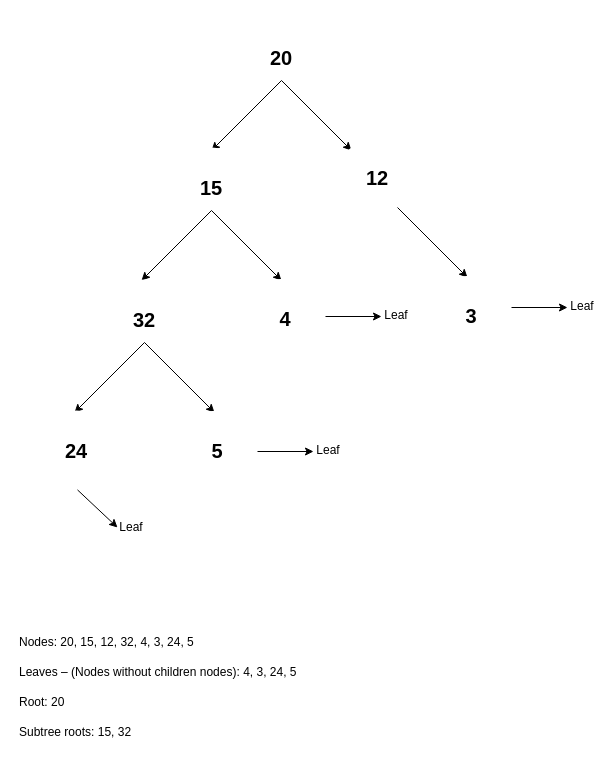
KamcyAhaka/cse212-coursework keeps this draw.io diagram as Untitled Diagram.drawio. Above is the earlier version. Source tidied: cells renumbered, new cells numbered last; positions are measured from the earlier drawing's top-left corner, leaving out a move shared by most shapes. Both pictures are drawn from the tidied source at 100%, with x=0, y=0 at pixel (17, 17).
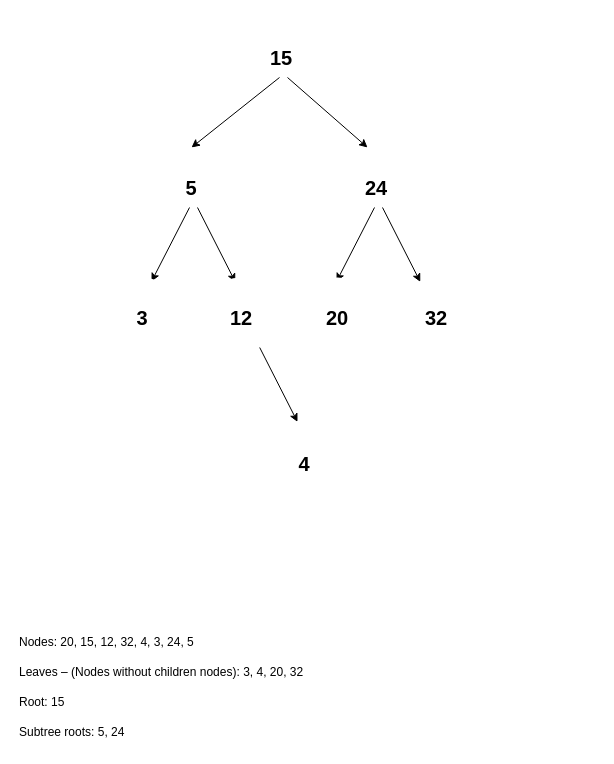
After the change.

Commit message:
Update BST diagram

What changed in the source:
```diff
@@
-    <mxCell id="2" value="&lt;font style=&quot;color: light-dark(rgb(0, 0, 0), rgb(0, 0, 0)); font-size: 20px;&quot;&gt;&lt;b&gt;20&lt;/b&gt;&lt;/font&gt;" style="ellipse;whiteSpace=wrap;html=1;strokeColor=none;fillColor=light-dark(#FFFFFF,#FFFFFF);" parent="1" vertex="1">
+    <mxCell id="2" value="&lt;font style=&quot;color: light-dark(rgb(0, 0, 0), rgb(0, 0, 0)); font-size: 20px;&quot;&gt;&lt;b&gt;15&lt;/b&gt;&lt;/font&gt;" style="ellipse;whiteSpace=wrap;html=1;strokeColor=none;fillColor=light-dark(#FFFFFF,#FFFFFF);" parent="1" vertex="1">
       <mxGeometry x="224" width="80" height="80" as="geometry" />
     </mxCell>
     <mxCell id="3" style="endArrow=classic;html=1;rounded=0;" parent="1" edge="1">
       <mxGeometry relative="1" as="geometry">
-        <mxPoint x="264" y="63" as="sourcePoint" />
-        <mxPoint x="334" y="133" as="targetPoint" />
+        <mxPoint x="270" y="60" as="sourcePoint" />
+        <mxPoint x="350" y="130" as="targetPoint" />
       </mxGeometry>
     </mxCell>
-    <mxCell id="4" style="endArrow=classic;html=1;rounded=0;" parent="1" edge="1">
-      <mxGeometry relative="1" as="geometry">
-        <mxPoint x="264" y="63" as="sourcePoint" />
-        <mxPoint x="194" y="133" as="targetPoint" />
-      </mxGeometry>
-    </mxCell>
-    <mxCell id="5" value="&lt;font style=&quot;color: light-dark(rgb(0, 0, 0), rgb(0, 0, 0)); font-size: 20px;&quot;&gt;&lt;b&gt;12&lt;/b&gt;&lt;/font&gt;" style="ellipse;whiteSpace=wrap;html=1;strokeColor=none;fillColor=light-dark(#FFFFFF,#FFFFFF);" parent="1" vertex="1">
-      <mxGeometry x="320" y="120" width="80" height="80" as="geometry" />
-    </mxCell>
-    <mxCell id="6" value="&lt;font style=&quot;color: light-dark(rgb(0, 0, 0), rgb(0, 0, 0)); font-size: 20px;&quot;&gt;&lt;b&gt;15&lt;/b&gt;&lt;/font&gt;" style="ellipse;whiteSpace=wrap;html=1;strokeColor=none;fillColor=light-dark(#FFFFFF,#FFFFFF);" parent="1" vertex="1">
-      <mxGeometry x="154" y="130" width="80" height="80" as="geometry" />
-    </mxCell>
-    <mxCell id="7" style="endArrow=classic;html=1;rounded=0;" parent="1" edge="1">
-      <mxGeometry relative="1" as="geometry">
-        <mxPoint x="194" y="193" as="sourcePoint" />
-        <mxPoint x="264" y="263" as="targetPoint" />
-      </mxGeometry>
-    </mxCell>
-    <mxCell id="8" style="endArrow=classic;html=1;rounded=0;" parent="1" edge="1">
-      <mxGeometry relative="1" as="geometry">
-        <mxPoint x="194" y="193" as="sourcePoint" />
-        <mxPoint x="124" y="263" as="targetPoint" />
-      </mxGeometry>
-    </mxCell>
-    <mxCell id="9" value="&lt;font style=&quot;font-size: 20px; color: light-dark(rgb(0, 0, 0), rgb(0, 0, 0));&quot;&gt;&lt;b&gt;32&lt;/b&gt;&lt;/font&gt;" style="ellipse;whiteSpace=wrap;html=1;strokeColor=none;fillColor=light-dark(#FFFFFF,#FFFFFF);" parent="1" vertex="1">
-      <mxGeometry x="87" y="262" width="80" height="80" as="geometry" />
-    </mxCell>
-    <mxCell id="10" style="endArrow=classic;html=1;rounded=0;" parent="1" edge="1">
-      <mxGeometry relative="1" as="geometry">
-        <mxPoint x="127" y="325" as="sourcePoint" />
-        <mxPoint x="197" y="395" as="targetPoint" />
-      </mxGeometry>
-    </mxCell>
-    <mxCell id="11" style="endArrow=classic;html=1;rounded=0;" parent="1" edge="1">
-      <mxGeometry relative="1" as="geometry">
-        <mxPoint x="127" y="325" as="sourcePoint" />
-        <mxPoint x="57" y="395" as="targetPoint" />
-      </mxGeometry>
-    </mxCell>
-    <mxCell id="12" value="&lt;font style=&quot;font-size: 20px; color: light-dark(rgb(0, 0, 0), rgb(0, 0, 0));&quot;&gt;&lt;b&gt;4&lt;/b&gt;&lt;/font&gt;" style="ellipse;whiteSpace=wrap;html=1;strokeColor=none;fillColor=light-dark(#FFFFFF,#FFFFFF);" parent="1" vertex="1">
-      <mxGeometry x="228" y="261" width="80" height="80" as="geometry" />
-    </mxCell>
-    <mxCell id="13" style="endArrow=classic;html=1;rounded=0;" parent="1" edge="1">
-      <mxGeometry relative="1" as="geometry">
-        <mxPoint x="380" y="190" as="sourcePoint" />
-        <mxPoint x="450" y="260" as="targetPoint" />
-      </mxGeometry>
-    </mxCell>
-    <mxCell id="14" value="&lt;font style=&quot;font-size: 20px; color: light-dark(rgb(0, 0, 0), rgb(0, 0, 0));&quot;&gt;&lt;b&gt;3&lt;/b&gt;&lt;/font&gt;" style="ellipse;whiteSpace=wrap;html=1;strokeColor=none;fillColor=light-dark(#FFFFFF,#FFFFFF);" parent="1" vertex="1">
-      <mxGeometry x="414" y="258" width="80" height="80" as="geometry" />
-    </mxCell>
-    <mxCell id="15" value="&lt;font style=&quot;font-size: 20px; color: light-dark(rgb(0, 0, 0), rgb(0, 0, 0));&quot;&gt;&lt;b&gt;24&lt;/b&gt;&lt;/font&gt;" style="ellipse;whiteSpace=wrap;html=1;strokeColor=none;fillColor=light-dark(#FFFFFF,#FFFFFF);" parent="1" vertex="1">
-      <mxGeometry x="19" y="393" width="80" height="80" as="geometry" />
-    </mxCell>
-    <mxCell id="16" value="&lt;font style=&quot;font-size: 20px; color: light-dark(rgb(0, 0, 0), rgb(0, 0, 0));&quot;&gt;&lt;b&gt;5&lt;/b&gt;&lt;/font&gt;" style="ellipse;whiteSpace=wrap;html=1;strokeColor=none;fillColor=light-dark(#FFFFFF,#FFFFFF);" parent="1" vertex="1">
-      <mxGeometry x="160" y="393" width="80" height="80" as="geometry" />
-    </mxCell>
-    <mxCell id="17" style="endArrow=classic;html=1;rounded=0;" parent="1" edge="1">
-      <mxGeometry relative="1" as="geometry">
-        <mxPoint x="494" y="290" as="sourcePoint" />
-        <mxPoint x="550" y="290" as="targetPoint" />
-      </mxGeometry>
-    </mxCell>
-    <mxCell id="18" value="Leaf" style="text;html=1;whiteSpace=wrap;strokeColor=none;fillColor=none;align=center;verticalAlign=middle;rounded=0;" parent="1" vertex="1">
-      <mxGeometry x="550" y="274" width="30" height="30" as="geometry" />
-    </mxCell>
-    <mxCell id="19" style="endArrow=classic;html=1;rounded=0;" parent="1" edge="1">
-      <mxGeometry relative="1" as="geometry">
-        <mxPoint x="308" y="299" as="sourcePoint" />
-        <mxPoint x="364" y="299" as="targetPoint" />
-      </mxGeometry>
-    </mxCell>
-    <mxCell id="20" value="Leaf" style="text;html=1;whiteSpace=wrap;strokeColor=none;fillColor=none;align=center;verticalAlign=middle;rounded=0;" parent="1" vertex="1">
-      <mxGeometry x="364" y="283" width="30" height="30" as="geometry" />
-    </mxCell>
-    <mxCell id="21" style="endArrow=classic;html=1;rounded=0;" parent="1" edge="1">
-      <mxGeometry relative="1" as="geometry">
-        <mxPoint x="240" y="434" as="sourcePoint" />
-        <mxPoint x="296" y="434" as="targetPoint" />
-      </mxGeometry>
-    </mxCell>
-    <mxCell id="22" value="Leaf" style="text;html=1;whiteSpace=wrap;strokeColor=none;fillColor=none;align=center;verticalAlign=middle;rounded=0;" parent="1" vertex="1">
-      <mxGeometry x="296" y="418" width="30" height="30" as="geometry" />
-    </mxCell>
-    <mxCell id="23" style="endArrow=classic;html=1;rounded=0;" parent="1" edge="1">
-      <mxGeometry relative="1" as="geometry">
-        <mxPoint x="60" y="472.4" as="sourcePoint" />
-        <mxPoint x="100" y="510" as="targetPoint" />
-      </mxGeometry>
-    </mxCell>
-    <mxCell id="24" value="Leaf" style="text;html=1;whiteSpace=wrap;strokeColor=none;fillColor=none;align=center;verticalAlign=middle;rounded=0;" parent="1" vertex="1">
-      <mxGeometry x="97" y="500" width="34" height="20" as="geometry" />
-    </mxCell>
@@
-    <mxCell id="26" value="Leaves – (Nodes without children nodes): 4, 3, 24, 5" style="text;html=1;whiteSpace=wrap;strokeColor=none;fillColor=none;align=left;verticalAlign=middle;rounded=0;" parent="1" vertex="1">
+    <mxCell id="26" value="Leaves – (Nodes without children nodes): 3, 4, 20, 32" style="text;html=1;whiteSpace=wrap;strokeColor=none;fillColor=none;align=left;verticalAlign=middle;rounded=0;" parent="1" vertex="1">
       <mxGeometry y="640" width="290" height="30" as="geometry" />
     </mxCell>
-    <mxCell id="27" value="Root: 20" style="text;html=1;whiteSpace=wrap;strokeColor=none;fillColor=none;align=left;verticalAlign=middle;rounded=0;" parent="1" vertex="1">
+    <mxCell id="27" value="Root: 15" style="text;html=1;whiteSpace=wrap;strokeColor=none;fillColor=none;align=left;verticalAlign=middle;rounded=0;" parent="1" vertex="1">
       <mxGeometry y="670" width="290" height="30" as="geometry" />
     </mxCell>
-    <mxCell id="28" value="Subtree roots: 15, 32" style="text;html=1;whiteSpace=wrap;strokeColor=none;fillColor=none;align=left;verticalAlign=middle;rounded=0;" parent="1" vertex="1">
+    <mxCell id="28" value="Subtree roots: 5, 24" style="text;html=1;whiteSpace=wrap;strokeColor=none;fillColor=none;align=left;verticalAlign=middle;rounded=0;" parent="1" vertex="1">
       <mxGeometry y="700" width="290" height="30" as="geometry" />
     </mxCell>
+    <mxCell id="29" style="endArrow=classic;html=1;rounded=0;entryX=0.5;entryY=0;entryDx=0;entryDy=0;" parent="1" edge="1" target="16">
+      <mxGeometry relative="1" as="geometry">
+        <mxPoint x="262" y="60" as="sourcePoint" />
+      </mxGeometry>
+    </mxCell>
+    <mxCell id="16" value="&lt;font style=&quot;color: light-dark(rgb(0, 0, 0), rgb(0, 0, 0)); font-size: 20px;&quot;&gt;&lt;b&gt;5&lt;/b&gt;&lt;/font&gt;" style="ellipse;whiteSpace=wrap;html=1;strokeColor=none;fillColor=light-dark(#FFFFFF,#FFFFFF);" parent="1" vertex="1">
+      <mxGeometry x="134" y="130" width="80" height="80" as="geometry" />
+    </mxCell>
+    <mxCell id="30" style="endArrow=classic;html=1;rounded=0;" parent="1" edge="1">
+      <mxGeometry relative="1" as="geometry">
+        <mxPoint x="180" y="190" as="sourcePoint" />
+        <mxPoint x="217.8" y="264.4" as="targetPoint" />
+      </mxGeometry>
+    </mxCell>
+    <mxCell id="31" style="endArrow=classic;html=1;rounded=0;" parent="1" edge="1">
+      <mxGeometry relative="1" as="geometry">
+        <mxPoint x="172" y="190" as="sourcePoint" />
+        <mxPoint x="134" y="264" as="targetPoint" />
+      </mxGeometry>
+    </mxCell>
+    <mxCell id="15" value="&lt;font style=&quot;color: light-dark(rgb(0, 0, 0), rgb(0, 0, 0)); font-size: 20px;&quot;&gt;&lt;b&gt;24&lt;/b&gt;&lt;/font&gt;" style="ellipse;whiteSpace=wrap;html=1;strokeColor=none;fillColor=light-dark(#FFFFFF,#FFFFFF);" parent="1" vertex="1">
+      <mxGeometry x="319" y="130" width="80" height="80" as="geometry" />
+    </mxCell>
+    <mxCell id="32" style="endArrow=classic;html=1;rounded=0;" parent="1" edge="1">
+      <mxGeometry relative="1" as="geometry">
+        <mxPoint x="365" y="190" as="sourcePoint" />
+        <mxPoint x="402.8" y="264.4" as="targetPoint" />
+      </mxGeometry>
+    </mxCell>
+    <mxCell id="33" style="endArrow=classic;html=1;rounded=0;" parent="1" edge="1">
+      <mxGeometry relative="1" as="geometry">
+        <mxPoint x="357" y="190" as="sourcePoint" />
+        <mxPoint x="319" y="264" as="targetPoint" />
+      </mxGeometry>
+    </mxCell>
+    <mxCell id="9" value="&lt;font style=&quot;color: light-dark(rgb(0, 0, 0), rgb(0, 0, 0)); font-size: 20px;&quot;&gt;&lt;b&gt;32&lt;/b&gt;&lt;/font&gt;" style="ellipse;whiteSpace=wrap;html=1;strokeColor=none;fillColor=light-dark(#FFFFFF,#FFFFFF);" parent="1" vertex="1">
+      <mxGeometry x="379" y="260" width="80" height="80" as="geometry" />
+    </mxCell>
+    <mxCell id="34" value="&lt;font style=&quot;color: light-dark(rgb(0, 0, 0), rgb(0, 0, 0)); font-size: 20px;&quot;&gt;&lt;b&gt;20&lt;/b&gt;&lt;/font&gt;" style="ellipse;whiteSpace=wrap;html=1;strokeColor=none;fillColor=light-dark(#FFFFFF,#FFFFFF);" parent="1" vertex="1">
+      <mxGeometry x="280" y="260" width="80" height="80" as="geometry" />
+    </mxCell>
+    <mxCell id="5" value="&lt;font style=&quot;color: light-dark(rgb(0, 0, 0), rgb(0, 0, 0)); font-size: 20px;&quot;&gt;&lt;b&gt;12&lt;/b&gt;&lt;/font&gt;" style="ellipse;whiteSpace=wrap;html=1;strokeColor=none;fillColor=light-dark(#FFFFFF,#FFFFFF);" parent="1" vertex="1">
+      <mxGeometry x="183.5" y="260" width="80" height="80" as="geometry" />
+    </mxCell>
+    <mxCell id="14" value="&lt;font style=&quot;color: light-dark(rgb(0, 0, 0), rgb(0, 0, 0));&quot;&gt;&lt;span style=&quot;font-size: 20px;&quot;&gt;&lt;b style=&quot;&quot;&gt;3&lt;/b&gt;&lt;/span&gt;&lt;/font&gt;" style="ellipse;whiteSpace=wrap;html=1;strokeColor=none;fillColor=light-dark(#FFFFFF,#FFFFFF);" parent="1" vertex="1">
+      <mxGeometry x="84.5" y="260" width="80" height="80" as="geometry" />
+    </mxCell>
+    <mxCell id="35" style="endArrow=classic;html=1;rounded=0;" parent="1" edge="1">
+      <mxGeometry relative="1" as="geometry">
+        <mxPoint x="242.2" y="330" as="sourcePoint" />
+        <mxPoint x="280" y="404.4" as="targetPoint" />
+      </mxGeometry>
+    </mxCell>
+    <mxCell id="12" value="&lt;font style=&quot;color: light-dark(rgb(0, 0, 0), rgb(0, 0, 0));&quot;&gt;&lt;span style=&quot;font-size: 20px;&quot;&gt;&lt;b style=&quot;&quot;&gt;4&lt;/b&gt;&lt;/span&gt;&lt;/font&gt;" style="ellipse;whiteSpace=wrap;html=1;strokeColor=none;fillColor=light-dark(#FFFFFF,#FFFFFF);" parent="1" vertex="1">
+      <mxGeometry x="247" y="406" width="80" height="80" as="geometry" />
+    </mxCell>
```
